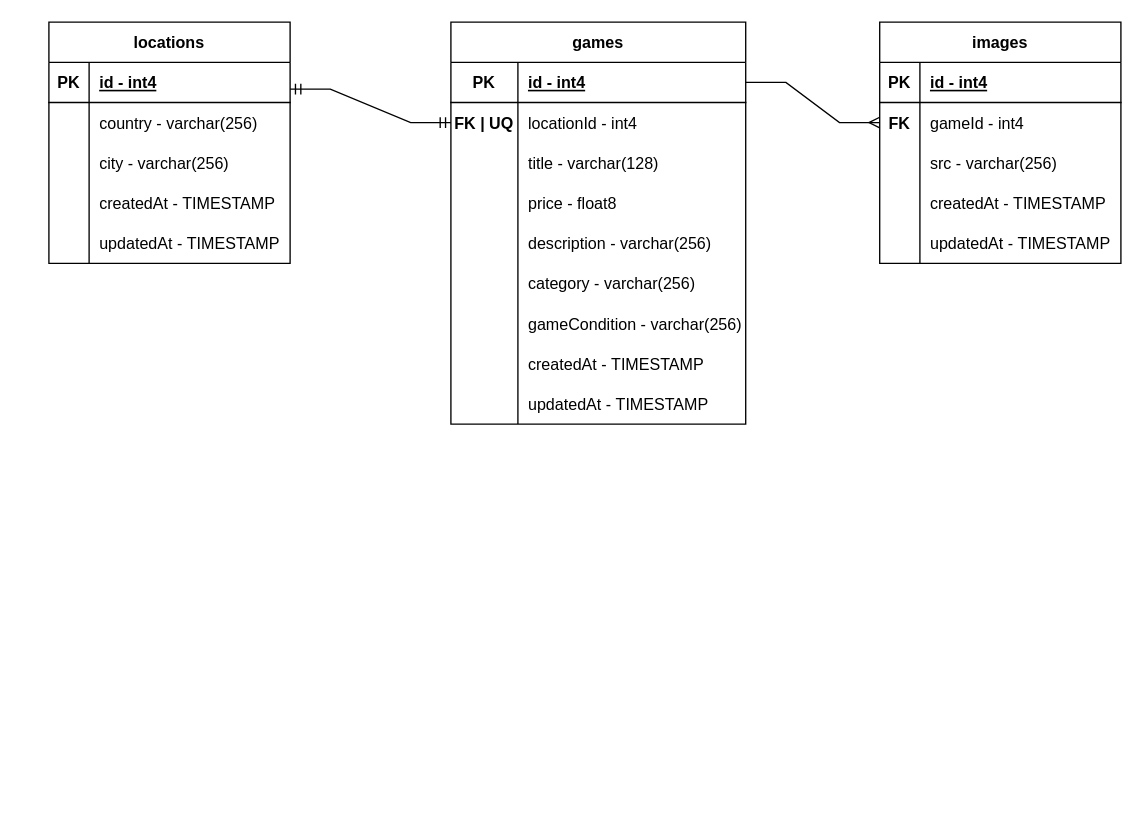
AndriusStravinskas/Node-server keeps this draw.io diagram as games-schema.drawio. Above is the earlier version. Source tidied: cells renumbered, new cells numbered last; positions are measured from the earlier drawing's top-left corner, leaving out a move shared by most shapes. Both pictures are drawn from the tidied source at 134%, with x=0, y=0 at pixel (48, 21).
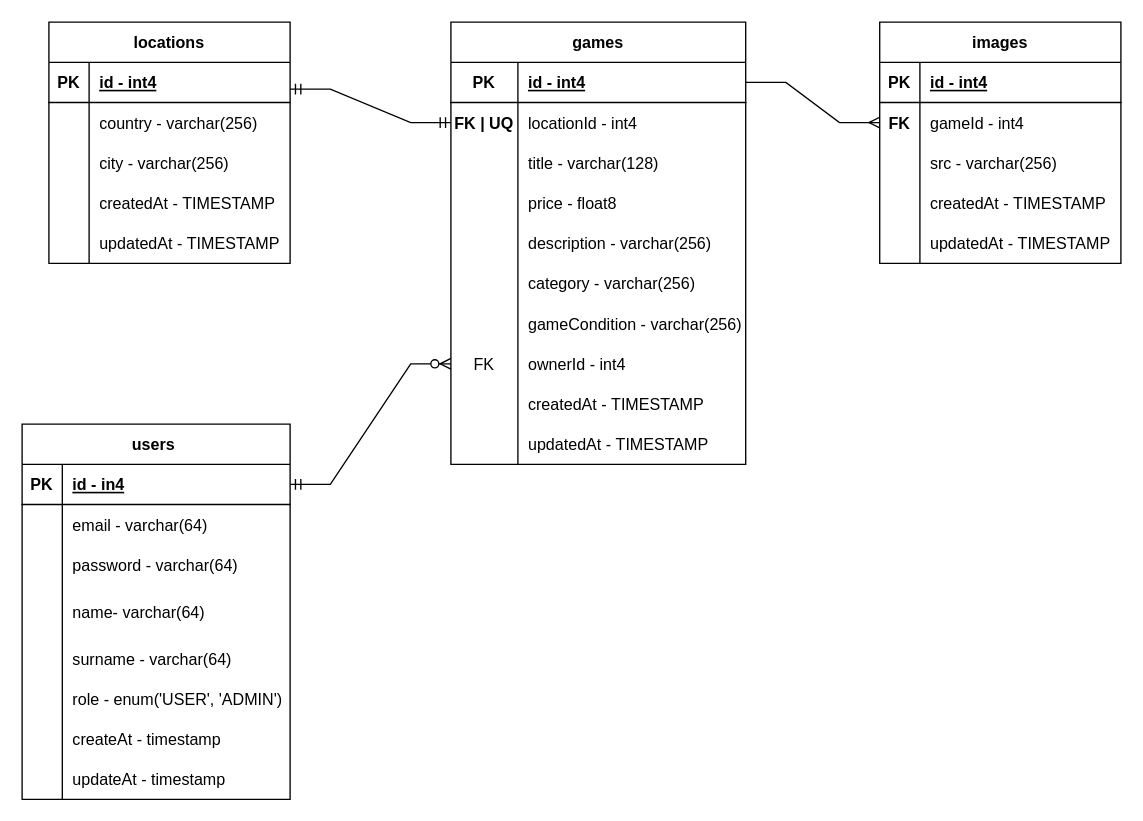
Above is the later version.

The edit, as a diff of the source:
```diff
@@
     <mxCell id="34" value="games" style="shape=table;startSize=30;childLayout=tableLayout;rowLines=0;fontStyle=1;align=center;" parent="1" vertex="1">
-      <mxGeometry x="300" width="220" height="300" as="geometry" />
+      <mxGeometry x="300" width="220" height="330" as="geometry" />
     </mxCell>
@@
+    <mxCell id="64" style="shape=tableRow;horizontal=0;startSize=0;swimlaneHead=0;swimlaneBody=0;fillColor=none;top=0;left=0;right=0;bottom=0;" parent="34" vertex="1">
+      <mxGeometry y="210" width="220" height="30" as="geometry" />
+    </mxCell>
+    <mxCell id="65" style="shape=partialRectangle;fillColor=none;top=0;left=0;bottom=0;right=0;overflow=hidden;" parent="64" vertex="1">
+      <mxGeometry width="50" height="30" as="geometry" />
+    </mxCell>
+    <mxCell id="66" value="gameCondition - varchar(256)" style="shape=partialRectangle;fillColor=none;top=0;left=0;bottom=0;right=0;align=left;spacingLeft=6;overflow=hidden;" parent="64" vertex="1">
+      <mxGeometry x="50" width="170" height="30" as="geometry" />
+    </mxCell>
     <mxCell id="53" style="shape=tableRow;horizontal=0;startSize=0;swimlaneHead=0;swimlaneBody=0;fillColor=none;points=[[0,0.5],[1,0.5]];portConstraint=eastwest;top=0;left=0;right=0;bottom=0;" parent="34" vertex="1">
-      <mxGeometry y="210" width="220" height="30" as="geometry" />
+      <mxGeometry y="240" width="220" height="30" as="geometry" />
     </mxCell>
-    <mxCell id="54" style="shape=partialRectangle;fillColor=none;top=0;left=0;bottom=0;right=0;overflow=hidden;" parent="53" vertex="1">
+    <mxCell id="54" value="FK" style="shape=partialRectangle;fillColor=none;top=0;left=0;bottom=0;right=0;overflow=hidden;" parent="53" vertex="1">
       <mxGeometry width="50" height="30" as="geometry" />
     </mxCell>
-    <mxCell id="55" value="gameCondition - varchar(256)" style="shape=partialRectangle;fillColor=none;top=0;left=0;bottom=0;right=0;align=left;spacingLeft=6;overflow=hidden;" parent="53" vertex="1">
+    <mxCell id="55" value="ownerId - int4" style="shape=partialRectangle;fillColor=none;top=0;left=0;bottom=0;right=0;align=left;spacingLeft=6;overflow=hidden;" parent="53" vertex="1">
       <mxGeometry x="50" width="170" height="30" as="geometry" />
     </mxCell>
     <mxCell id="56" style="shape=tableRow;horizontal=0;startSize=0;swimlaneHead=0;swimlaneBody=0;fillColor=none;top=0;left=0;right=0;bottom=0;" parent="34" vertex="1">
-      <mxGeometry y="240" width="220" height="30" as="geometry" />
+      <mxGeometry y="270" width="220" height="30" as="geometry" />
     </mxCell>
@@
     <mxCell id="59" style="shape=tableRow;horizontal=0;startSize=0;swimlaneHead=0;swimlaneBody=0;fillColor=none;top=0;left=0;right=0;bottom=0;" parent="34" vertex="1">
-      <mxGeometry y="270" width="220" height="30" as="geometry" />
+      <mxGeometry y="300" width="220" height="30" as="geometry" />
     </mxCell>
@@
+    <mxCell id="67" value="users " style="shape=table;startSize=30;childLayout=tableLayout;rowLines=0;fontStyle=1;align=center;" parent="1" vertex="1">
+      <mxGeometry x="-20" y="300" width="200" height="280" as="geometry" />
+    </mxCell>
+    <mxCell id="68" style="shape=tableRow;horizontal=0;startSize=0;swimlaneHead=0;swimlaneBody=0;fillColor=none;points=[[0,0.5],[1,0.5]];portConstraint=eastwest;top=0;left=0;right=0;bottom=1;" parent="67" vertex="1">
+      <mxGeometry y="30" width="200" height="30" as="geometry" />
+    </mxCell>
+    <mxCell id="69" value="PK" style="shape=partialRectangle;fillColor=none;top=0;left=0;bottom=0;right=0;fontStyle=1;overflow=hidden;" parent="68" vertex="1">
+      <mxGeometry width="30" height="30" as="geometry" />
+    </mxCell>
+    <mxCell id="70" value="id - in4" style="shape=partialRectangle;fillColor=none;top=0;left=0;bottom=0;right=0;align=left;spacingLeft=6;fontStyle=5;overflow=hidden;" parent="68" vertex="1">
+      <mxGeometry x="30" width="170" height="30" as="geometry" />
+    </mxCell>
+    <mxCell id="71" style="shape=tableRow;horizontal=0;startSize=0;swimlaneHead=0;swimlaneBody=0;fillColor=none;top=0;left=0;right=0;bottom=0;" parent="67" vertex="1">
+      <mxGeometry y="60" width="200" height="30" as="geometry" />
+    </mxCell>
+    <mxCell id="72" style="shape=partialRectangle;fillColor=none;top=0;left=0;bottom=0;right=0;overflow=hidden;" parent="71" vertex="1">
+      <mxGeometry width="30" height="30" as="geometry" />
+    </mxCell>
+    <mxCell id="73" value="email - varchar(64)" style="shape=partialRectangle;fillColor=none;top=0;left=0;bottom=0;right=0;align=left;spacingLeft=6;overflow=hidden;" parent="71" vertex="1">
+      <mxGeometry x="30" width="170" height="30" as="geometry" />
+    </mxCell>
+    <mxCell id="74" style="shape=tableRow;horizontal=0;startSize=0;swimlaneHead=0;swimlaneBody=0;fillColor=none;top=0;left=0;right=0;bottom=0;" parent="67" vertex="1">
+      <mxGeometry y="90" width="200" height="30" as="geometry" />
+    </mxCell>
+    <mxCell id="75" style="shape=partialRectangle;fillColor=none;top=0;left=0;bottom=0;right=0;overflow=hidden;" parent="74" vertex="1">
+      <mxGeometry width="30" height="30" as="geometry" />
+    </mxCell>
+    <mxCell id="76" value="password - varchar(64)" style="shape=partialRectangle;fillColor=none;top=0;left=0;bottom=0;right=0;align=left;spacingLeft=6;overflow=hidden;" parent="74" vertex="1">
+      <mxGeometry x="30" width="170" height="30" as="geometry" />
+    </mxCell>
+    <mxCell id="77" style="shape=tableRow;horizontal=0;startSize=0;swimlaneHead=0;swimlaneBody=0;fillColor=none;top=0;left=0;right=0;bottom=0;" parent="67" vertex="1">
+      <mxGeometry y="120" width="200" height="40" as="geometry" />
+    </mxCell>
+    <mxCell id="78" style="shape=partialRectangle;fillColor=none;top=0;left=0;bottom=0;right=0;overflow=hidden;" parent="77" vertex="1">
+      <mxGeometry width="30" height="40" as="geometry" />
+    </mxCell>
+    <mxCell id="79" value="name- varchar(64)" style="shape=partialRectangle;fillColor=none;top=0;left=0;bottom=0;right=0;align=left;spacingLeft=6;overflow=hidden;" parent="77" vertex="1">
+      <mxGeometry x="30" width="170" height="40" as="geometry" />
+    </mxCell>
+    <mxCell id="80" style="shape=tableRow;horizontal=0;startSize=0;swimlaneHead=0;swimlaneBody=0;fillColor=none;top=0;left=0;right=0;bottom=0;" parent="67" vertex="1">
+      <mxGeometry y="160" width="200" height="30" as="geometry" />
+    </mxCell>
+    <mxCell id="81" style="shape=partialRectangle;fillColor=none;top=0;left=0;bottom=0;right=0;overflow=hidden;" parent="80" vertex="1">
+      <mxGeometry width="30" height="30" as="geometry" />
+    </mxCell>
+    <mxCell id="82" value="surname - varchar(64)" style="shape=partialRectangle;fillColor=none;top=0;left=0;bottom=0;right=0;align=left;spacingLeft=6;overflow=hidden;" parent="80" vertex="1">
+      <mxGeometry x="30" width="170" height="30" as="geometry" />
+    </mxCell>
+    <mxCell id="83" style="shape=tableRow;horizontal=0;startSize=0;swimlaneHead=0;swimlaneBody=0;fillColor=none;top=0;left=0;right=0;bottom=0;" parent="67" vertex="1">
+      <mxGeometry y="190" width="200" height="30" as="geometry" />
+    </mxCell>
+    <mxCell id="84" style="shape=partialRectangle;fillColor=none;top=0;left=0;bottom=0;right=0;overflow=hidden;" parent="83" vertex="1">
+      <mxGeometry width="30" height="30" as="geometry" />
+    </mxCell>
+    <mxCell id="85" value="role - enum('USER', 'ADMIN')" style="shape=partialRectangle;fillColor=none;top=0;left=0;bottom=0;right=0;align=left;spacingLeft=6;overflow=hidden;" parent="83" vertex="1">
+      <mxGeometry x="30" width="170" height="30" as="geometry" />
+    </mxCell>
+    <mxCell id="86" style="shape=tableRow;horizontal=0;startSize=0;swimlaneHead=0;swimlaneBody=0;fillColor=none;top=0;left=0;right=0;bottom=0;" parent="67" vertex="1">
+      <mxGeometry y="220" width="200" height="30" as="geometry" />
+    </mxCell>
+    <mxCell id="87" style="shape=partialRectangle;fillColor=none;top=0;left=0;bottom=0;right=0;overflow=hidden;" parent="86" vertex="1">
+      <mxGeometry width="30" height="30" as="geometry" />
+    </mxCell>
+    <mxCell id="88" value="createAt - timestamp" style="shape=partialRectangle;fillColor=none;top=0;left=0;bottom=0;right=0;align=left;spacingLeft=6;overflow=hidden;" parent="86" vertex="1">
+      <mxGeometry x="30" width="170" height="30" as="geometry" />
+    </mxCell>
+    <mxCell id="89" style="shape=tableRow;horizontal=0;startSize=0;swimlaneHead=0;swimlaneBody=0;fillColor=none;top=0;left=0;right=0;bottom=0;" parent="67" vertex="1">
+      <mxGeometry y="250" width="200" height="30" as="geometry" />
+    </mxCell>
+    <mxCell id="90" style="shape=partialRectangle;fillColor=none;top=0;left=0;bottom=0;right=0;overflow=hidden;" parent="89" vertex="1">
+      <mxGeometry width="30" height="30" as="geometry" />
+    </mxCell>
+    <mxCell id="91" value="updateAt - timestamp" style="shape=partialRectangle;fillColor=none;top=0;left=0;bottom=0;right=0;align=left;spacingLeft=6;overflow=hidden;" parent="89" vertex="1">
+      <mxGeometry x="30" width="170" height="30" as="geometry" />
+    </mxCell>
+    <mxCell id="92" style="edgeStyle=entityRelationEdgeStyle;fontSize=12;html=1;endArrow=ERzeroToMany;startArrow=ERmandOne;rounded=0;" parent="1" edge="1" source="68" target="53">
+      <mxGeometry relative="1" as="geometry" />
+    </mxCell>
```
